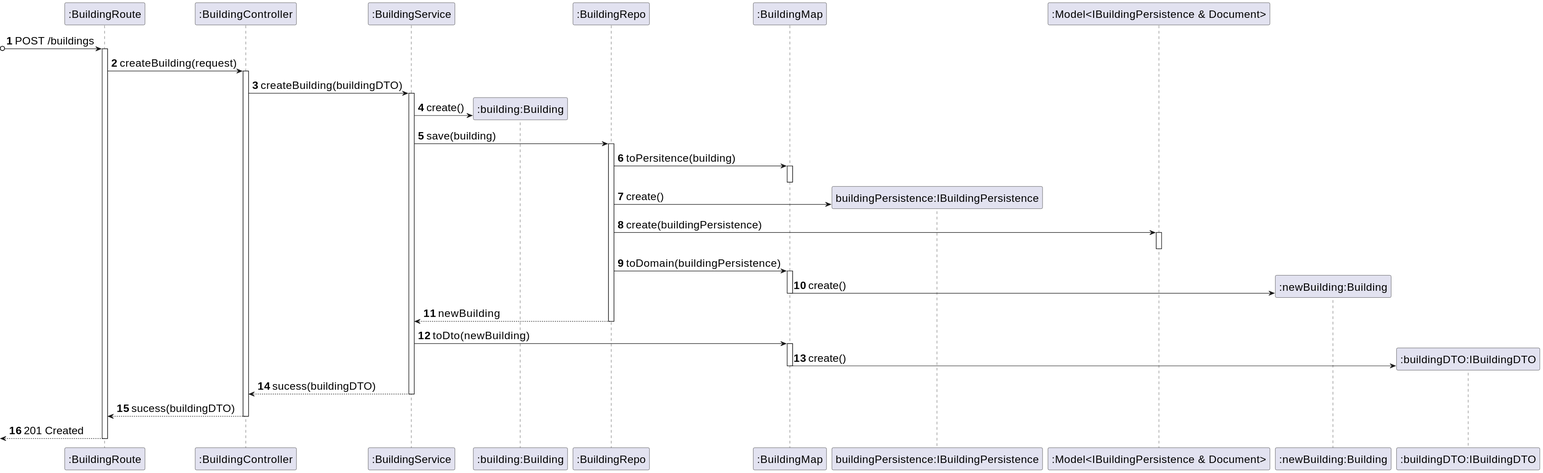
Above: _wiki/sprint-a/us01-150/views/level-3/assets/process-view.svg in miseEnPlace-dev/lapr5 (PlantUML), before the change.
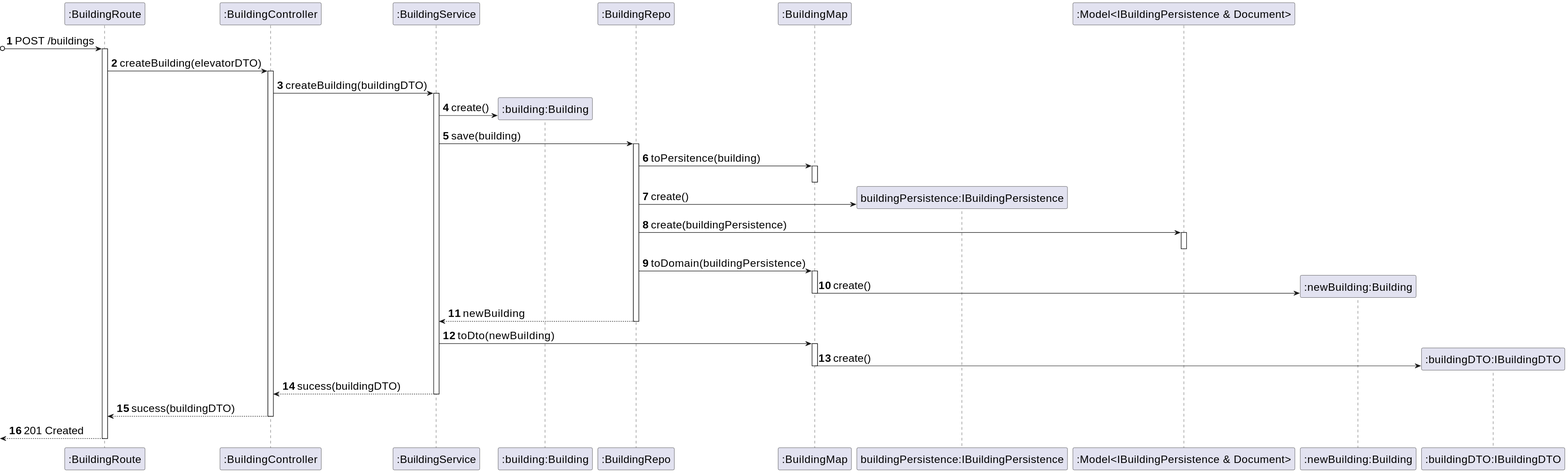
The same file after the commit.

Diff of the diagram source:
```diff
@@ -15,7 +15,7 @@
 ?o-> ROUTE : POST /buildings
 activate ROUTE
 
-ROUTE -> CTRL : createBuilding(request)
+ROUTE -> CTRL : createBuilding(elevatorDTO)
 activate CTRL
 CTRL -> SRV : createBuilding(buildingDTO)
 activate SRV
```
